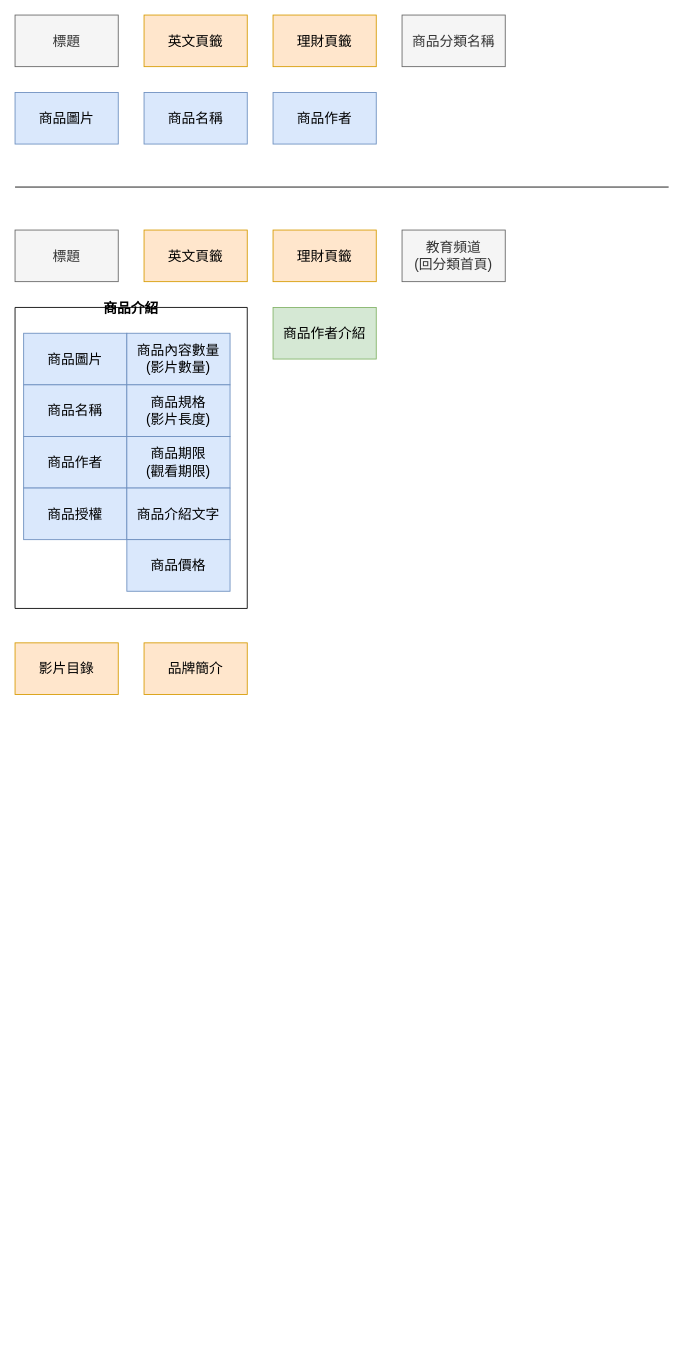
Before: 知識_影音教學.drawio in Cadmus-design/Diagrams, a draw.io diagram. Source tidied: cells renumbered, new cells numbered last; positions are measured from the earlier drawing's top-left corner, leaving out a move shared by most shapes. Both pictures are drawn from the tidied source at 86%, with x=0, y=0 at pixel (15, 15).
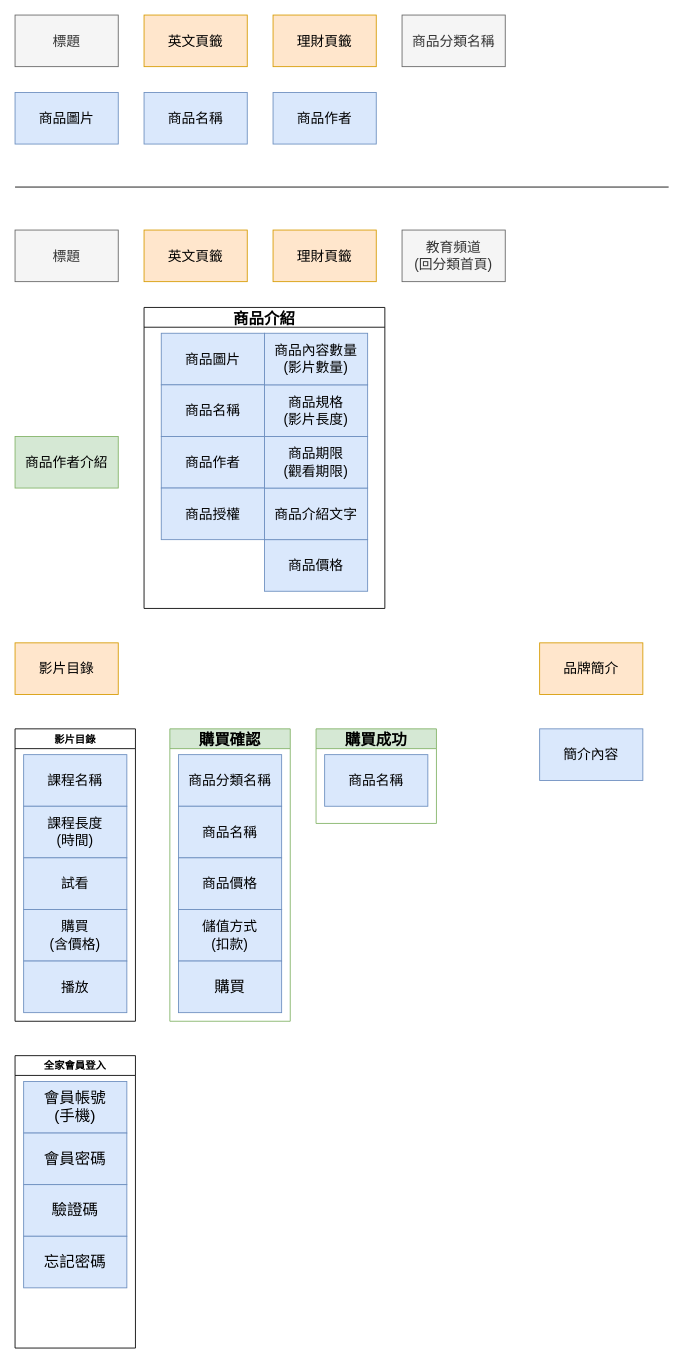
After the change.

Commit message:
Update 知識_影音教學.drawio

Diff of the diagram source:
```diff
@@
+    <mxCell id="24" value="商品作者介紹" style="rounded=0;whiteSpace=wrap;html=1;fontSize=16;fillColor=#d5e8d4;strokeColor=#82b366;" parent="1" vertex="1">
+      <mxGeometry y="490" width="120" height="60" as="geometry" />
+    </mxCell>
+    <mxCell id="25" value="品牌簡介" style="rounded=0;whiteSpace=wrap;html=1;fontSize=16;fillColor=#ffe6cc;strokeColor=#d79b00;" parent="1" vertex="1">
+      <mxGeometry x="610" y="730" width="120" height="60" as="geometry" />
+    </mxCell>
+    <mxCell id="26" value="影片目錄" style="rounded=0;whiteSpace=wrap;html=1;fontSize=16;fillColor=#ffe6cc;strokeColor=#d79b00;" parent="1" vertex="1">
+      <mxGeometry y="730" width="120" height="60" as="geometry" />
+    </mxCell>
+    <mxCell id="27" value="影片目錄" style="swimlane;" parent="1" vertex="1">
+      <mxGeometry y="830" width="140" height="340" as="geometry" />
+    </mxCell>
+    <mxCell id="28" value="課程名稱" style="rounded=0;whiteSpace=wrap;html=1;fontSize=16;fillColor=#dae8fc;strokeColor=#6c8ebf;" parent="27" vertex="1">
+      <mxGeometry x="10" y="30" width="120" height="60" as="geometry" />
+    </mxCell>
+    <mxCell id="29" value="&lt;div&gt;課程長度&lt;/div&gt;&lt;div&gt;(時間)&lt;br&gt;&lt;/div&gt;" style="rounded=0;whiteSpace=wrap;html=1;fontSize=16;fillColor=#dae8fc;strokeColor=#6c8ebf;" parent="27" vertex="1">
+      <mxGeometry x="10" y="90" width="120" height="60" as="geometry" />
+    </mxCell>
+    <mxCell id="30" value="試看" style="rounded=0;whiteSpace=wrap;html=1;fontSize=16;fillColor=#dae8fc;strokeColor=#6c8ebf;" parent="27" vertex="1">
+      <mxGeometry x="10" y="150" width="120" height="60" as="geometry" />
+    </mxCell>
+    <mxCell id="31" value="&lt;div&gt;購買&lt;/div&gt;&lt;div&gt;(含價格)&lt;/div&gt;" style="rounded=0;whiteSpace=wrap;html=1;fontSize=16;fillColor=#dae8fc;strokeColor=#6c8ebf;" parent="27" vertex="1">
+      <mxGeometry x="10" y="210" width="120" height="60" as="geometry" />
+    </mxCell>
+    <mxCell id="32" value="播放" style="rounded=0;whiteSpace=wrap;html=1;fontSize=16;fillColor=#dae8fc;strokeColor=#6c8ebf;" parent="27" vertex="1">
+      <mxGeometry x="10" y="270" width="120" height="60" as="geometry" />
+    </mxCell>
+    <mxCell id="33" value="全家會員登入" style="swimlane;" parent="1" vertex="1">
+      <mxGeometry y="1210" width="140" height="340" as="geometry" />
+    </mxCell>
+    <mxCell id="34" value="&lt;div style=&quot;font-size: 18px;&quot;&gt;會員帳號&lt;/div&gt;&lt;div style=&quot;font-size: 18px;&quot;&gt;(手機)&lt;br style=&quot;font-size: 18px;&quot;&gt;&lt;/div&gt;" style="rounded=0;whiteSpace=wrap;html=1;fontSize=18;fillColor=#dae8fc;strokeColor=#6c8ebf;" parent="33" vertex="1">
+      <mxGeometry x="10" y="30" width="120" height="60" as="geometry" />
+    </mxCell>
+    <mxCell id="35" value="&lt;div style=&quot;font-size: 18px&quot;&gt;會員密碼&lt;/div&gt;" style="rounded=0;whiteSpace=wrap;html=1;fontSize=18;fillColor=#dae8fc;strokeColor=#6c8ebf;" parent="33" vertex="1">
+      <mxGeometry x="10" y="90" width="120" height="60" as="geometry" />
+    </mxCell>
+    <mxCell id="36" value="驗證碼" style="rounded=0;whiteSpace=wrap;html=1;fontSize=18;fillColor=#dae8fc;strokeColor=#6c8ebf;" parent="33" vertex="1">
+      <mxGeometry x="10" y="150" width="120" height="60" as="geometry" />
+    </mxCell>
+    <mxCell id="37" value="忘記密碼" style="rounded=0;whiteSpace=wrap;html=1;fontSize=18;fillColor=#dae8fc;strokeColor=#6c8ebf;" parent="33" vertex="1">
+      <mxGeometry x="10" y="210" width="120" height="60" as="geometry" />
+    </mxCell>
-    <mxCell id="14" value="商品介紹" style="swimlane;startSize=0;fontSize=16;" parent="1" vertex="1">
-      <mxGeometry y="340" width="270" height="350" as="geometry" />
+    <mxCell id="14" value="商品介紹" style="swimlane;fontSize=18;" parent="1" vertex="1">
+      <mxGeometry x="150" y="340" width="280" height="350" as="geometry" />
     </mxCell>
     <mxCell id="15" value="商品圖片" style="rounded=0;whiteSpace=wrap;html=1;fontSize=16;fillColor=#dae8fc;strokeColor=#6c8ebf;" parent="14" vertex="1">
-      <mxGeometry x="10" y="30" width="120" height="60" as="geometry" />
+      <mxGeometry x="20" y="30" width="120" height="60" as="geometry" />
     </mxCell>
     <mxCell id="16" value="商品名稱" style="rounded=0;whiteSpace=wrap;html=1;fontSize=16;fillColor=#dae8fc;strokeColor=#6c8ebf;" parent="14" vertex="1">
-      <mxGeometry x="10" y="90" width="120" height="60" as="geometry" />
+      <mxGeometry x="20" y="90" width="120" height="60" as="geometry" />
     </mxCell>
     <mxCell id="17" value="商品作者" style="rounded=0;whiteSpace=wrap;html=1;fontSize=16;fillColor=#dae8fc;strokeColor=#6c8ebf;" parent="14" vertex="1">
-      <mxGeometry x="10" y="150" width="120" height="60" as="geometry" />
+      <mxGeometry x="20" y="150" width="120" height="60" as="geometry" />
     </mxCell>
     <mxCell id="18" value="商品授權" style="rounded=0;whiteSpace=wrap;html=1;fontSize=16;fillColor=#dae8fc;strokeColor=#6c8ebf;" parent="14" vertex="1">
-      <mxGeometry x="10" y="210" width="120" height="60" as="geometry" />
+      <mxGeometry x="20" y="210" width="120" height="60" as="geometry" />
     </mxCell>
+    <mxCell id="23" value="商品價格" style="rounded=0;whiteSpace=wrap;html=1;fontSize=16;fillColor=#dae8fc;strokeColor=#6c8ebf;" parent="14" vertex="1">
+      <mxGeometry x="140" y="270" width="120" height="60" as="geometry" />
+    </mxCell>
+    <mxCell id="22" value="商品介紹文字" style="rounded=0;whiteSpace=wrap;html=1;fontSize=16;fillColor=#dae8fc;strokeColor=#6c8ebf;" parent="14" vertex="1">
+      <mxGeometry x="140" y="210" width="120" height="60" as="geometry" />
+    </mxCell>
+    <mxCell id="21" value="&lt;div&gt;商品期限&lt;/div&gt;&lt;div&gt;(觀看期限)&lt;br&gt;&lt;/div&gt;" style="rounded=0;whiteSpace=wrap;html=1;fontSize=16;fillColor=#dae8fc;strokeColor=#6c8ebf;" parent="14" vertex="1">
+      <mxGeometry x="140" y="150" width="120" height="60" as="geometry" />
+    </mxCell>
+    <mxCell id="20" value="&lt;div&gt;商品規格&lt;/div&gt;&lt;div&gt;(影片長度)&lt;br&gt;&lt;/div&gt;" style="rounded=0;whiteSpace=wrap;html=1;fontSize=16;fillColor=#dae8fc;strokeColor=#6c8ebf;" parent="14" vertex="1">
+      <mxGeometry x="140" y="90" width="120" height="60" as="geometry" />
+    </mxCell>
     <mxCell id="19" value="商品內容數量&lt;br&gt;(影片數量)" style="rounded=0;whiteSpace=wrap;html=1;fontSize=16;fillColor=#dae8fc;strokeColor=#6c8ebf;" parent="14" vertex="1">
-      <mxGeometry x="130" y="30" width="120" height="60" as="geometry" />
+      <mxGeometry x="140" y="30" width="120" height="60" as="geometry" />
     </mxCell>
-    <mxCell id="20" value="&lt;div&gt;商品規格&lt;/div&gt;&lt;div&gt;(影片長度)&lt;br&gt;&lt;/div&gt;" style="rounded=0;whiteSpace=wrap;html=1;fontSize=16;fillColor=#dae8fc;strokeColor=#6c8ebf;" parent="14" vertex="1">
-      <mxGeometry x="130" y="90" width="120" height="60" as="geometry" />
-    </mxCell>
-    <mxCell id="21" value="&lt;div&gt;商品期限&lt;/div&gt;&lt;div&gt;(觀看期限)&lt;br&gt;&lt;/div&gt;" style="rounded=0;whiteSpace=wrap;html=1;fontSize=16;fillColor=#dae8fc;strokeColor=#6c8ebf;" parent="14" vertex="1">
-      <mxGeometry x="130" y="150" width="120" height="60" as="geometry" />
-    </mxCell>
-    <mxCell id="22" value="商品介紹文字" style="rounded=0;whiteSpace=wrap;html=1;fontSize=16;fillColor=#dae8fc;strokeColor=#6c8ebf;" parent="14" vertex="1">
-      <mxGeometry x="130" y="210" width="120" height="60" as="geometry" />
-    </mxCell>
-    <mxCell id="23" value="商品價格" style="rounded=0;whiteSpace=wrap;html=1;fontSize=16;fillColor=#dae8fc;strokeColor=#6c8ebf;" parent="14" vertex="1">
-      <mxGeometry x="130" y="270" width="120" height="60" as="geometry" />
-    </mxCell>
-    <mxCell id="24" value="商品作者介紹" style="rounded=0;whiteSpace=wrap;html=1;fontSize=16;fillColor=#d5e8d4;strokeColor=#82b366;" parent="1" vertex="1">
-      <mxGeometry x="300" y="340" width="120" height="60" as="geometry" />
-    </mxCell>
-    <mxCell id="25" value="品牌簡介" style="rounded=0;whiteSpace=wrap;html=1;fontSize=16;fillColor=#ffe6cc;strokeColor=#d79b00;" parent="1" vertex="1">
-      <mxGeometry x="150" y="730" width="120" height="60" as="geometry" />
-    </mxCell>
-    <mxCell id="26" value="影片目錄" style="rounded=0;whiteSpace=wrap;html=1;fontSize=16;fillColor=#ffe6cc;strokeColor=#d79b00;" parent="1" vertex="1">
-      <mxGeometry y="730" width="120" height="60" as="geometry" />
-    </mxCell>
+    <mxCell id="38" value="購買成功" style="swimlane;fontSize=18;fillColor=#d5e8d4;strokeColor=#82b366;" parent="1" vertex="1">
+      <mxGeometry x="350" y="830" width="140" height="110" as="geometry" />
+    </mxCell>
+    <mxCell id="39" value="商品名稱" style="rounded=0;whiteSpace=wrap;html=1;fontSize=16;fillColor=#dae8fc;strokeColor=#6c8ebf;" parent="38" vertex="1">
+      <mxGeometry x="10" y="30" width="120" height="60" as="geometry" />
+    </mxCell>
+    <mxCell id="40" value="購買確認" style="swimlane;fontSize=18;fillColor=#d5e8d4;strokeColor=#82b366;" parent="1" vertex="1">
+      <mxGeometry x="180" y="830" width="140" height="340" as="geometry" />
+    </mxCell>
+    <mxCell id="41" value="商品分類名稱" style="rounded=0;whiteSpace=wrap;html=1;fontSize=16;fillColor=#dae8fc;strokeColor=#6c8ebf;" parent="40" vertex="1">
+      <mxGeometry x="10" y="30" width="120" height="60" as="geometry" />
+    </mxCell>
+    <mxCell id="42" value="商品名稱" style="rounded=0;whiteSpace=wrap;html=1;fontSize=16;fillColor=#dae8fc;strokeColor=#6c8ebf;" parent="40" vertex="1">
+      <mxGeometry x="10" y="90" width="120" height="60" as="geometry" />
+    </mxCell>
+    <mxCell id="43" value="商品價格" style="rounded=0;whiteSpace=wrap;html=1;fontSize=16;fillColor=#dae8fc;strokeColor=#6c8ebf;" parent="40" vertex="1">
+      <mxGeometry x="10" y="150" width="120" height="60" as="geometry" />
+    </mxCell>
+    <mxCell id="44" value="&lt;div&gt;儲值方式&lt;/div&gt;&lt;div&gt;(扣款)&lt;/div&gt;" style="rounded=0;whiteSpace=wrap;html=1;fontSize=16;fillColor=#dae8fc;strokeColor=#6c8ebf;" parent="40" vertex="1">
+      <mxGeometry x="10" y="210" width="120" height="60" as="geometry" />
+    </mxCell>
+    <mxCell id="45" value="購買" style="rounded=0;whiteSpace=wrap;html=1;fontSize=18;fillColor=#dae8fc;strokeColor=#6c8ebf;" parent="40" vertex="1">
+      <mxGeometry x="10" y="270" width="120" height="60" as="geometry" />
+    </mxCell>
+    <mxCell id="46" value="簡介內容" style="rounded=0;whiteSpace=wrap;html=1;fontSize=16;fillColor=#dae8fc;strokeColor=#6c8ebf;" parent="1" vertex="1">
+      <mxGeometry x="610" y="830" width="120" height="60" as="geometry" />
+    </mxCell>
```
